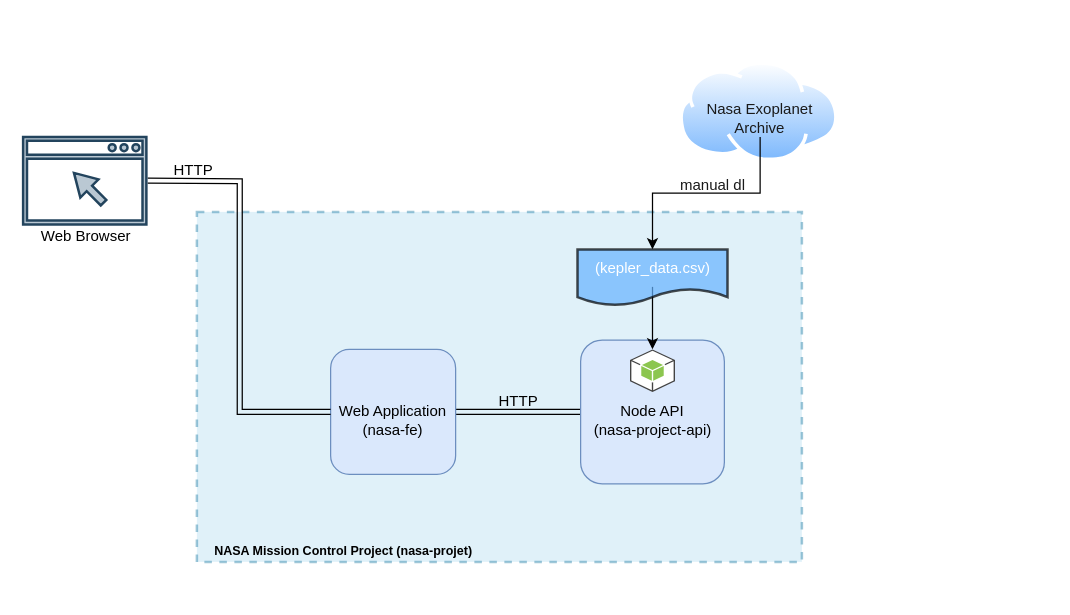
Before: NASA Mission Control Architecture.drawio in Maxwell200073/NASA-Project, a draw.io diagram. Source tidied: cells renumbered, new cells numbered last; positions are measured from the earlier drawing's top-left corner, leaving out a move shared by most shapes. Both pictures are drawn from the tidied source at 125%, with x=0, y=0 at pixel (22, 61).
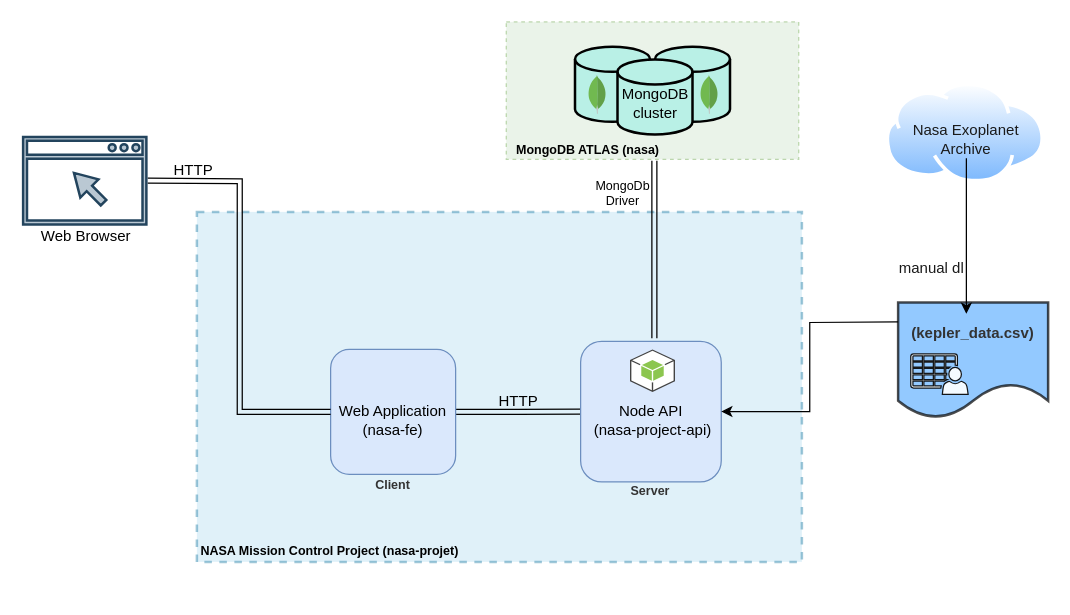
Above is the later version.

Unchanged cells that the change refers to:
```xml
<mxCell id="13" style="outlineConnect=0;dashed=0;verticalLabelPosition=bottom;verticalAlign=top;align=center;html=1;shape=mxgraph.aws3.android;fillColor=#8CC64F;gradientColor=none;strokeColor=default;strokeWidth=2;" parent="1" vertex="1">
  <mxGeometry x="485.5" y="230" width="36" height="34" as="geometry" />
</mxCell>
<mxCell id="20" value="&lt;font color=&quot;#1a1a1a&quot;&gt;Nasa Exoplanet Archive&lt;/font&gt;" style="text;html=1;strokeColor=none;fillColor=none;align=center;verticalAlign=middle;whiteSpace=wrap;rounded=0;fontColor=#FFFFFF;" parent="18" vertex="1">
  <mxGeometry x="1" y="30" width="127.2" height="30" as="geometry" />
</mxCell>
```

Change to the diagram source:
```diff
@@
     <mxCell id="5" value="Node API" style="whiteSpace=wrap;html=1;labelBackgroundColor=none;fillColor=#dae8fc;strokeColor=#6c8ebf;rounded=1;" parent="1" vertex="1">
-      <mxGeometry x="446" y="222.5" width="115" height="115" as="geometry" />
+      <mxGeometry x="446" y="223.5" width="112.5" height="112.5" as="geometry" />
     </mxCell>
@@
     <mxCell id="7" value="&lt;p&gt;&lt;font style=&quot;font-size: 10px&quot;&gt;NASA Mission Control Project (nasa-projet)&lt;/font&gt;&lt;/p&gt;" style="text;strokeColor=none;fillColor=none;html=1;fontSize=24;fontStyle=1;verticalAlign=middle;align=center;dashed=1;labelBackgroundColor=none;" parent="1" vertex="1">
-      <mxGeometry x="146" y="377" width="220" height="20" as="geometry" />
+      <mxGeometry x="143" y="377" width="204" height="20" as="geometry" />
     </mxCell>
@@
-    <mxCell id="15" style="edgeStyle=orthogonalEdgeStyle;rounded=0;jettySize=auto;html=1;fontColor=#FFFFFF;" parent="1" edge="1" source="17" target="13">
-      <mxGeometry relative="1" as="geometry" />
+    <mxCell id="15" style="edgeStyle=orthogonalEdgeStyle;rounded=0;jettySize=auto;html=1;fontColor=#FFFFFF;entryX=1;entryY=0.5;entryDx=0;entryDy=0;" parent="1" edge="1" target="5">
+      <mxGeometry relative="1" as="geometry">
+        <mxPoint x="700" y="208" as="sourcePoint" />
+      </mxGeometry>
     </mxCell>
     <mxCell id="16" style="shape=document;whiteSpace=wrap;html=1;boundedLbl=1;rounded=1;strokeColor=default;strokeWidth=2;fillColor=#66B2FF;opacity=70;" parent="1" vertex="1">
-      <mxGeometry x="443.5" y="150" width="120" height="45" as="geometry" />
+      <mxGeometry x="700" y="192.5" width="120" height="92.5" as="geometry" />
     </mxCell>
-    <mxCell id="17" value="&lt;font color=&quot;#ffffff&quot;&gt;(kepler_data.csv)&lt;/font&gt;" style="text;html=1;strokeColor=none;fillColor=none;align=center;verticalAlign=middle;whiteSpace=wrap;rounded=0;" parent="1" vertex="1">
-      <mxGeometry x="473.5" y="150" width="60" height="30" as="geometry" />
+    <mxCell id="17" value="&lt;b&gt;&lt;font color=&quot;#333333&quot;&gt;(kepler_data.csv)&lt;/font&gt;&lt;/b&gt;" style="text;html=1;align=center;verticalAlign=middle;whiteSpace=wrap;rounded=0;" parent="1" vertex="1">
+      <mxGeometry x="730" y="201.5" width="60" height="30" as="geometry" />
     </mxCell>
     <mxCell id="18" style="group;" parent="1" vertex="1">
-      <mxGeometry x="525" width="127.2" height="80" as="geometry" />
+      <mxGeometry x="690" y="17" width="127.2" height="80" as="geometry" />
     </mxCell>
@@
     <mxCell id="21" value="manual dl" style="text;html=1;strokeColor=none;fillColor=none;align=center;verticalAlign=middle;whiteSpace=wrap;rounded=0;fontColor=#1A1A1A;" parent="1" vertex="1">
-      <mxGeometry x="521.5" y="84" width="60" height="30" as="geometry" />
+      <mxGeometry x="697" y="150" width="60" height="30" as="geometry" />
     </mxCell>
     <mxCell id="22" style="edgeStyle=orthogonalEdgeStyle;rounded=0;jettySize=auto;html=1;fontColor=#1A1A1A;" parent="1" edge="1" source="20" target="17">
-      <mxGeometry relative="1" as="geometry" />
+      <mxGeometry relative="1" as="geometry">
+        <Array as="points">
+          <mxPoint x="755" y="155" />
+          <mxPoint x="755" y="155" />
+        </Array>
+      </mxGeometry>
     </mxCell>
+    <mxCell id="23" style="group;" parent="1" vertex="1">
+      <mxGeometry x="386.5" y="-32" width="234" height="112" as="geometry" />
+    </mxCell>
+    <mxCell id="24" style="rounded=0;whiteSpace=wrap;html=1;fillColor=#d5e8d4;strokeColor=#82b366;dashed=1;opacity=50;" parent="23" vertex="1">
+      <mxGeometry width="234" height="110" as="geometry" />
+    </mxCell>
+    <mxCell id="25" value="&lt;font style=&quot;font-size: 10px&quot;&gt;&lt;b&gt;MongoDB ATLAS (nasa)&lt;/b&gt;&lt;/font&gt;" style="text;html=1;strokeColor=none;fillColor=none;align=center;verticalAlign=middle;whiteSpace=wrap;rounded=0;opacity=90;" parent="23" vertex="1">
+      <mxGeometry y="92" width="130" height="20" as="geometry" />
+    </mxCell>
+    <mxCell id="26" style="group;" parent="23" vertex="1">
+      <mxGeometry x="55" y="19.9" width="124" height="70.1" as="geometry" />
+    </mxCell>
+    <mxCell id="27" style="strokeWidth=2;html=1;shape=mxgraph.flowchart.database;whiteSpace=wrap;fillColor=#B9F0E6;" parent="26" vertex="1">
+      <mxGeometry x="64" width="60" height="60" as="geometry" />
+    </mxCell>
+    <mxCell id="28" style="strokeWidth=2;html=1;shape=mxgraph.flowchart.database;whiteSpace=wrap;fillColor=#B9F0E6;" parent="26" vertex="1">
+      <mxGeometry width="60" height="60" as="geometry" />
+    </mxCell>
+    <mxCell id="29" style="strokeWidth=2;html=1;shape=mxgraph.flowchart.database;whiteSpace=wrap;fillColor=#B9F0E6;" parent="26" vertex="1">
+      <mxGeometry x="34" y="10.1" width="60" height="60" as="geometry" />
+    </mxCell>
+    <mxCell id="30" value="MongoDB&lt;br&gt;cluster" style="text;html=1;strokeColor=none;fillColor=none;align=center;verticalAlign=middle;whiteSpace=wrap;rounded=0;" parent="26" vertex="1">
+      <mxGeometry x="34" y="30" width="60" height="30" as="geometry" />
+    </mxCell>
+    <mxCell id="31" style="dashed=0;html=1;align=center;labelPosition=center;verticalLabelPosition=bottom;verticalAlign=top;shape=mxgraph.weblogos.mongodb;opacity=90;" parent="26" vertex="1">
+      <mxGeometry x="10.4" y="22.6" width="14.6" height="31.1" as="geometry" />
+    </mxCell>
+    <mxCell id="32" style="dashed=0;html=1;align=center;labelPosition=center;verticalLabelPosition=bottom;verticalAlign=top;shape=mxgraph.weblogos.mongodb;opacity=90;" parent="26" vertex="1">
+      <mxGeometry x="100" y="22.6" width="14.6" height="31.1" as="geometry" />
+    </mxCell>
+    <mxCell id="33" style="edgeStyle=orthogonalEdgeStyle;rounded=0;orthogonalLoop=1;jettySize=auto;html=1;fontSize=10;shape=link;" parent="1" edge="1">
+      <mxGeometry relative="1" as="geometry">
+        <mxPoint x="505" y="79" as="sourcePoint" />
+        <mxPoint x="505" y="221" as="targetPoint" />
+      </mxGeometry>
+    </mxCell>
+    <mxCell id="34" value="MongoDb Driver" style="text;html=1;strokeColor=none;fillColor=none;align=center;verticalAlign=middle;whiteSpace=wrap;rounded=0;fontSize=10;opacity=90;" parent="1" vertex="1">
+      <mxGeometry x="450" y="90" width="60" height="30" as="geometry" />
+    </mxCell>
+    <mxCell id="35" style="sketch=0;shadow=0;dashed=0;html=1;labelPosition=center;verticalLabelPosition=bottom;verticalAlign=top;align=center;shape=mxgraph.office.users.csv_file;fontSize=10;opacity=90;" parent="1" vertex="1">
+      <mxGeometry x="710.1" y="233.5" width="45.9" height="32.5" as="geometry" />
+    </mxCell>
+    <mxCell id="36" value="&lt;b&gt;Client&lt;/b&gt;" style="text;html=1;strokeColor=none;fillColor=none;align=center;verticalAlign=middle;whiteSpace=wrap;rounded=0;fontSize=10;fontColor=#333333;opacity=90;" parent="1" vertex="1">
+      <mxGeometry x="266" y="330" width="60" height="15" as="geometry" />
+    </mxCell>
+    <mxCell id="37" value="&lt;b&gt;Server&lt;/b&gt;" style="text;html=1;strokeColor=none;fillColor=none;align=center;verticalAlign=middle;whiteSpace=wrap;rounded=0;fontSize=10;fontColor=#333333;opacity=90;" parent="1" vertex="1">
+      <mxGeometry x="472.2" y="337" width="60" height="12" as="geometry" />
+    </mxCell>
```
